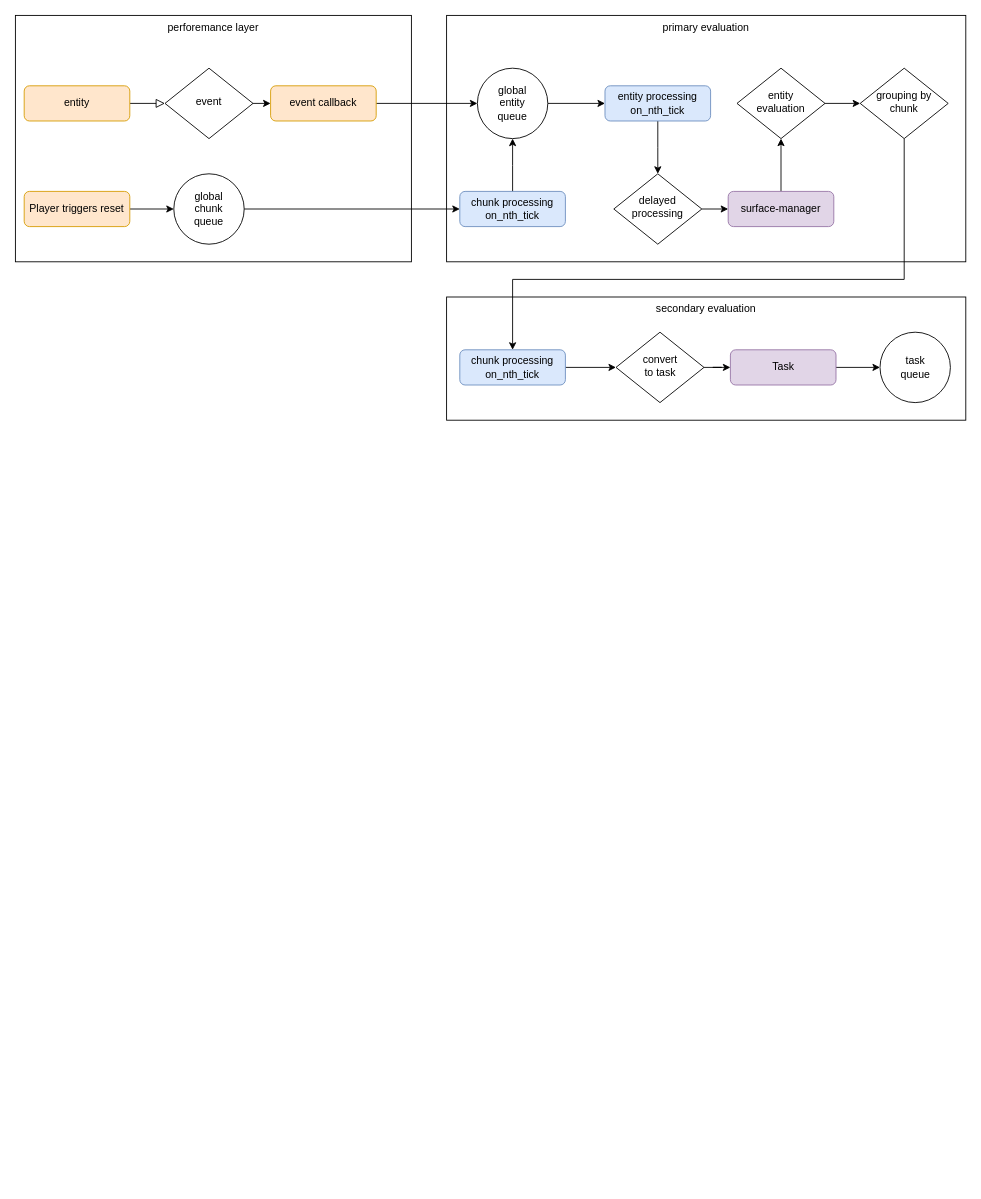
Above: doc/data_flow.drawio in nicolas-lang/Constructron-2 (draw.io), before the change. Source tidied: cells renumbered, new cells numbered last; positions are measured from the earlier drawing's top-left corner, leaving out a move shared by most shapes. Both pictures are drawn from the tidied source at 88%, with x=0, y=0 at pixel (15, 15).
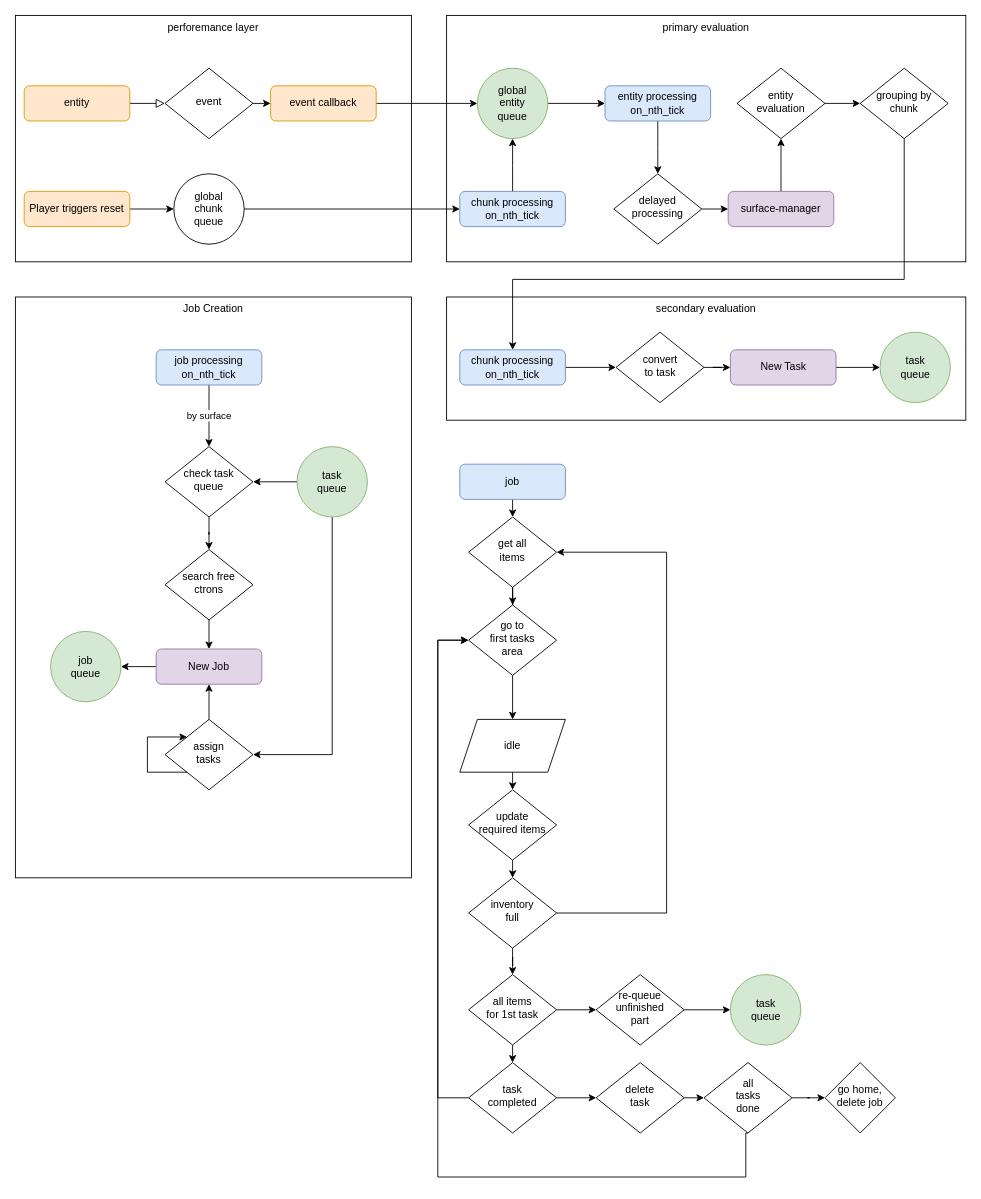
Above is the later version.

What changed in the source:
```diff
@@
-    <mxCell id="30" value="Task" style="rounded=1;whiteSpace=wrap;html=1;fontSize=12;glass=0;strokeWidth=1;shadow=0;fillColor=#e1d5e7;strokeColor=#9673a6;" parent="1" vertex="1">
+    <mxCell id="30" value="New Task" style="rounded=1;whiteSpace=wrap;html=1;fontSize=12;glass=0;strokeWidth=1;shadow=0;fillColor=#e1d5e7;strokeColor=#9673a6;" parent="1" vertex="1">
       <mxGeometry x="812.5" y="380" width="120" height="40" as="geometry" />
     </mxCell>
@@
-    <mxCell id="33" value="&lt;span&gt;global&lt;/span&gt;&lt;br&gt;&lt;span&gt;entity&lt;/span&gt;&lt;br&gt;&lt;span&gt;queue&lt;/span&gt;" style="ellipse;whiteSpace=wrap;html=1;rounded=0;" parent="1" vertex="1">
+    <mxCell id="33" value="&lt;span&gt;global&lt;/span&gt;&lt;br&gt;&lt;span&gt;entity&lt;/span&gt;&lt;br&gt;&lt;span&gt;queue&lt;/span&gt;" style="ellipse;whiteSpace=wrap;html=1;rounded=0;fillColor=#d5e8d4;strokeColor=#82b366;" parent="1" vertex="1">
       <mxGeometry x="525" y="60" width="80" height="80" as="geometry" />
     </mxCell>
@@
-    <mxCell id="35" value="&lt;span&gt;task&lt;/span&gt;&lt;br&gt;&lt;span&gt;queue&lt;/span&gt;" style="ellipse;whiteSpace=wrap;html=1;rounded=0;" parent="1" vertex="1">
+    <mxCell id="35" value="&lt;span&gt;task&lt;/span&gt;&lt;br&gt;&lt;span&gt;queue&lt;/span&gt;" style="ellipse;whiteSpace=wrap;html=1;rounded=0;fillColor=#d5e8d4;strokeColor=#82b366;" parent="1" vertex="1">
       <mxGeometry x="982.5" y="360" width="80" height="80" as="geometry" />
     </mxCell>
+    <mxCell id="36" value="Job Creation" style="rounded=0;whiteSpace=wrap;html=1;verticalAlign=top;" parent="1" vertex="1">
+      <mxGeometry y="320" width="450" height="660" as="geometry" />
+    </mxCell>
+    <mxCell id="37" value="by surface" style="edgeStyle=orthogonalEdgeStyle;rounded=0;jettySize=auto;html=1;" parent="1" edge="1" source="38" target="40">
+      <mxGeometry relative="1" as="geometry" />
+    </mxCell>
+    <mxCell id="38" value="job processing on_nth_tick" style="rounded=1;whiteSpace=wrap;html=1;fontSize=12;glass=0;strokeWidth=1;shadow=0;fillColor=#dae8fc;strokeColor=#6c8ebf;" parent="1" vertex="1">
+      <mxGeometry x="160" y="380" width="120" height="40" as="geometry" />
+    </mxCell>
+    <mxCell id="39" style="edgeStyle=orthogonalEdgeStyle;rounded=0;jettySize=auto;html=1;" parent="1" edge="1" source="40" target="42">
+      <mxGeometry relative="1" as="geometry" />
+    </mxCell>
+    <mxCell id="40" value="&lt;span&gt;check task&lt;/span&gt;&lt;br&gt;&lt;span&gt;queue&lt;br&gt;&lt;/span&gt;" style="rhombus;whiteSpace=wrap;html=1;shadow=0;fontFamily=Helvetica;fontSize=12;align=center;strokeWidth=1;spacing=6;spacingTop=-4;" parent="1" vertex="1">
+      <mxGeometry x="170" y="490" width="100" height="80" as="geometry" />
+    </mxCell>
+    <mxCell id="41" style="edgeStyle=orthogonalEdgeStyle;rounded=0;jettySize=auto;html=1;exitX=0.5;exitY=1;exitDx=0;exitDy=0;entryX=0.5;entryY=0;entryDx=0;entryDy=0;" parent="1" edge="1" source="42" target="47">
+      <mxGeometry relative="1" as="geometry" />
+    </mxCell>
+    <mxCell id="42" value="&lt;span&gt;search free ctrons&lt;/span&gt;&lt;span&gt;&lt;br&gt;&lt;/span&gt;" style="rhombus;whiteSpace=wrap;html=1;shadow=0;fontFamily=Helvetica;fontSize=12;align=center;strokeWidth=1;spacing=6;spacingTop=-4;" parent="1" vertex="1">
+      <mxGeometry x="170" y="607" width="100" height="80" as="geometry" />
+    </mxCell>
+    <mxCell id="43" style="edgeStyle=orthogonalEdgeStyle;rounded=0;jettySize=auto;html=1;" parent="1" edge="1" source="45" target="40">
+      <mxGeometry relative="1" as="geometry" />
+    </mxCell>
+    <mxCell id="44" style="edgeStyle=orthogonalEdgeStyle;rounded=0;jettySize=auto;html=1;exitX=0.5;exitY=1;exitDx=0;exitDy=0;entryX=1;entryY=0.5;entryDx=0;entryDy=0;" parent="1" edge="1" source="45" target="49">
+      <mxGeometry relative="1" as="geometry" />
+    </mxCell>
+    <mxCell id="45" value="&lt;span&gt;task&lt;/span&gt;&lt;br&gt;&lt;span&gt;queue&lt;/span&gt;" style="ellipse;whiteSpace=wrap;html=1;rounded=0;fillColor=#d5e8d4;strokeColor=#82b366;" parent="1" vertex="1">
+      <mxGeometry x="320" y="490" width="80" height="80" as="geometry" />
+    </mxCell>
+    <mxCell id="46" style="edgeStyle=orthogonalEdgeStyle;rounded=0;jettySize=auto;html=1;" parent="1" edge="1" source="47" target="51">
+      <mxGeometry relative="1" as="geometry" />
+    </mxCell>
+    <mxCell id="47" value="New Job" style="rounded=1;whiteSpace=wrap;html=1;fontSize=12;glass=0;strokeWidth=1;shadow=0;fillColor=#e1d5e7;strokeColor=#9673a6;" parent="1" vertex="1">
+      <mxGeometry x="160" y="720" width="120" height="40" as="geometry" />
+    </mxCell>
+    <mxCell id="48" style="edgeStyle=orthogonalEdgeStyle;rounded=0;jettySize=auto;html=1;" parent="1" edge="1" source="49" target="47">
+      <mxGeometry relative="1" as="geometry" />
+    </mxCell>
+    <mxCell id="49" value="assign&lt;br&gt;tasks" style="rhombus;whiteSpace=wrap;html=1;shadow=0;fontFamily=Helvetica;fontSize=12;align=center;strokeWidth=1;spacing=6;spacingTop=-4;" parent="1" vertex="1">
+      <mxGeometry x="170" y="800" width="100" height="80" as="geometry" />
+    </mxCell>
+    <mxCell id="50" style="edgeStyle=orthogonalEdgeStyle;rounded=0;orthogonalLoop=1;jettySize=auto;html=1;exitX=0;exitY=1;exitDx=0;exitDy=0;entryX=0;entryY=0;entryDx=0;entryDy=0;" parent="1" edge="1" source="49" target="49">
+      <mxGeometry relative="1" as="geometry">
+        <Array as="points">
+          <mxPoint x="150" y="860" />
+          <mxPoint x="150" y="820" />
+        </Array>
+      </mxGeometry>
+    </mxCell>
+    <mxCell id="51" value="&lt;span&gt;job&lt;/span&gt;&lt;br&gt;&lt;span&gt;queue&lt;/span&gt;" style="ellipse;whiteSpace=wrap;html=1;rounded=0;fillColor=#d5e8d4;strokeColor=#82b366;" parent="1" vertex="1">
+      <mxGeometry x="40" y="700" width="80" height="80" as="geometry" />
+    </mxCell>
+    <mxCell id="52" style="edgeStyle=orthogonalEdgeStyle;rounded=0;jettySize=auto;html=1;exitX=0.5;exitY=1;exitDx=0;exitDy=0;entryX=0.5;entryY=0;entryDx=0;entryDy=0;" parent="1" edge="1" source="53" target="55">
+      <mxGeometry relative="1" as="geometry" />
+    </mxCell>
+    <mxCell id="53" value="job" style="rounded=1;whiteSpace=wrap;html=1;fontSize=12;glass=0;strokeWidth=1;shadow=0;fillColor=#dae8fc;strokeColor=#6c8ebf;" parent="1" vertex="1">
+      <mxGeometry x="505" y="510" width="120" height="40" as="geometry" />
+    </mxCell>
+    <mxCell id="54" style="edgeStyle=orthogonalEdgeStyle;rounded=0;jettySize=auto;html=1;exitX=0.5;exitY=1;exitDx=0;exitDy=0;" parent="1" edge="1" source="55" target="57">
+      <mxGeometry relative="1" as="geometry" />
+    </mxCell>
+    <mxCell id="55" value="&lt;span&gt;get all&lt;br&gt;items&lt;br&gt;&lt;/span&gt;" style="rhombus;whiteSpace=wrap;html=1;shadow=0;fontFamily=Helvetica;fontSize=12;align=center;strokeWidth=1;spacing=6;spacingTop=-4;" parent="1" vertex="1">
+      <mxGeometry x="515" y="570" width="100" height="80" as="geometry" />
+    </mxCell>
+    <mxCell id="56" style="edgeStyle=orthogonalEdgeStyle;rounded=0;jettySize=auto;html=1;entryX=0.5;entryY=0;entryDx=0;entryDy=0;" parent="1" edge="1" source="57" target="65">
+      <mxGeometry relative="1" as="geometry" />
+    </mxCell>
+    <mxCell id="57" value="&lt;span&gt;go to &lt;br&gt;first tasks&lt;br&gt;area&lt;br&gt;&lt;/span&gt;" style="rhombus;whiteSpace=wrap;html=1;shadow=0;fontFamily=Helvetica;fontSize=12;align=center;strokeWidth=1;spacing=6;spacingTop=-4;" parent="1" vertex="1">
+      <mxGeometry x="515" y="670" width="100" height="80" as="geometry" />
+    </mxCell>
+    <mxCell id="58" style="edgeStyle=orthogonalEdgeStyle;rounded=0;jettySize=auto;html=1;" parent="1" edge="1" source="60" target="63">
+      <mxGeometry relative="1" as="geometry" />
+    </mxCell>
+    <mxCell id="59" style="edgeStyle=orthogonalEdgeStyle;rounded=0;jettySize=auto;html=1;exitX=1;exitY=0.5;exitDx=0;exitDy=0;entryX=1;entryY=0.5;entryDx=0;entryDy=0;" parent="1" edge="1" source="60" target="55">
+      <mxGeometry relative="1" as="geometry">
+        <Array as="points">
+          <mxPoint x="740" y="1020" />
+          <mxPoint x="740" y="610" />
+        </Array>
+      </mxGeometry>
+    </mxCell>
+    <mxCell id="60" value="&lt;span&gt;inventory&lt;br&gt;full&lt;br&gt;&lt;/span&gt;" style="rhombus;whiteSpace=wrap;html=1;shadow=0;fontFamily=Helvetica;fontSize=12;align=center;strokeWidth=1;spacing=6;spacingTop=-4;" parent="1" vertex="1">
+      <mxGeometry x="515" y="980" width="100" height="80" as="geometry" />
+    </mxCell>
+    <mxCell id="61" style="edgeStyle=orthogonalEdgeStyle;rounded=0;jettySize=auto;html=1;exitX=1;exitY=0.5;exitDx=0;exitDy=0;entryX=0;entryY=0.5;entryDx=0;entryDy=0;" parent="1" edge="1" source="63" target="67">
+      <mxGeometry relative="1" as="geometry" />
+    </mxCell>
+    <mxCell id="62" style="edgeStyle=orthogonalEdgeStyle;rounded=0;jettySize=auto;html=1;exitX=0.5;exitY=1;exitDx=0;exitDy=0;entryX=0.5;entryY=0;entryDx=0;entryDy=0;" parent="1" edge="1" source="63" target="74">
+      <mxGeometry relative="1" as="geometry" />
+    </mxCell>
+    <mxCell id="63" value="&lt;span&gt;all items&lt;br&gt;for 1st task&lt;br&gt;&lt;/span&gt;" style="rhombus;whiteSpace=wrap;html=1;shadow=0;fontFamily=Helvetica;fontSize=12;align=center;strokeWidth=1;spacing=6;spacingTop=-4;" parent="1" vertex="1">
+      <mxGeometry x="515" y="1090" width="100" height="80" as="geometry" />
+    </mxCell>
+    <mxCell id="64" style="edgeStyle=orthogonalEdgeStyle;rounded=0;jettySize=auto;html=1;exitX=0.5;exitY=1;exitDx=0;exitDy=0;entryX=0.5;entryY=0;entryDx=0;entryDy=0;" parent="1" edge="1" source="65" target="69">
+      <mxGeometry relative="1" as="geometry" />
+    </mxCell>
+    <mxCell id="65" value="idle" style="shape=parallelogram;perimeter=parallelogramPerimeter;whiteSpace=wrap;html=1;fixedSize=1;rounded=0;" parent="1" vertex="1">
+      <mxGeometry x="505" y="800" width="120" height="60" as="geometry" />
+    </mxCell>
+    <mxCell id="66" style="edgeStyle=orthogonalEdgeStyle;rounded=0;jettySize=auto;html=1;" parent="1" edge="1" source="67" target="70">
+      <mxGeometry relative="1" as="geometry" />
+    </mxCell>
+    <mxCell id="67" value="&lt;span&gt;re-queue&lt;br&gt;unfinished&lt;br&gt;part&lt;br&gt;&lt;/span&gt;" style="rhombus;whiteSpace=wrap;html=1;shadow=0;fontFamily=Helvetica;fontSize=12;align=center;strokeWidth=1;spacing=6;spacingTop=-4;" parent="1" vertex="1">
+      <mxGeometry x="660" y="1090" width="100" height="80" as="geometry" />
+    </mxCell>
+    <mxCell id="68" style="edgeStyle=orthogonalEdgeStyle;rounded=0;jettySize=auto;html=1;exitX=0.5;exitY=1;exitDx=0;exitDy=0;entryX=0.5;entryY=0;entryDx=0;entryDy=0;" parent="1" edge="1" source="69" target="60">
+      <mxGeometry relative="1" as="geometry" />
+    </mxCell>
+    <mxCell id="69" value="&lt;span&gt;update&lt;br&gt;required items&lt;br&gt;&lt;/span&gt;" style="rhombus;whiteSpace=wrap;html=1;shadow=0;fontFamily=Helvetica;fontSize=12;align=center;strokeWidth=1;spacing=6;spacingTop=-4;" parent="1" vertex="1">
+      <mxGeometry x="515" y="880" width="100" height="80" as="geometry" />
+    </mxCell>
+    <mxCell id="70" value="&lt;span&gt;task&lt;/span&gt;&lt;br&gt;&lt;span&gt;queue&lt;/span&gt;" style="ellipse;whiteSpace=wrap;html=1;rounded=0;fillColor=#d5e8d4;strokeColor=#82b366;" parent="1" vertex="1">
+      <mxGeometry x="812.5" y="1090" width="80" height="80" as="geometry" />
+    </mxCell>
+    <mxCell id="71" style="edgeStyle=orthogonalEdgeStyle;rounded=0;jettySize=auto;html=1;" parent="1" edge="1" source="74" target="76">
+      <mxGeometry relative="1" as="geometry" />
+    </mxCell>
+    <mxCell id="72" style="edgeStyle=orthogonalEdgeStyle;rounded=0;jettySize=auto;html=1;exitX=0.5;exitY=1;exitDx=0;exitDy=0;entryX=0;entryY=0.5;entryDx=0;entryDy=0;" parent="1" edge="1" source="78" target="57">
+      <mxGeometry relative="1" as="geometry">
+        <Array as="points">
+          <mxPoint x="830" y="1270" />
+          <mxPoint x="830" y="1320" />
+          <mxPoint x="480" y="1320" />
+          <mxPoint x="480" y="710" />
+        </Array>
+      </mxGeometry>
+    </mxCell>
+    <mxCell id="73" style="edgeStyle=orthogonalEdgeStyle;rounded=0;jettySize=auto;html=1;exitX=0;exitY=0.5;exitDx=0;exitDy=0;" parent="1" edge="1" source="74">
+      <mxGeometry relative="1" as="geometry">
+        <mxPoint x="514.6" y="710" as="targetPoint" />
+        <Array as="points">
+          <mxPoint x="480" y="1230" />
+          <mxPoint x="480" y="710" />
+        </Array>
+      </mxGeometry>
+    </mxCell>
+    <mxCell id="74" value="&lt;span&gt;task&lt;br&gt;completed&lt;br&gt;&lt;/span&gt;" style="rhombus;whiteSpace=wrap;html=1;shadow=0;fontFamily=Helvetica;fontSize=12;align=center;strokeWidth=1;spacing=6;spacingTop=-4;" parent="1" vertex="1">
+      <mxGeometry x="515" y="1190" width="100" height="80" as="geometry" />
+    </mxCell>
+    <mxCell id="75" style="edgeStyle=orthogonalEdgeStyle;rounded=0;jettySize=auto;html=1;exitX=1;exitY=0.5;exitDx=0;exitDy=0;entryX=0;entryY=0.5;entryDx=0;entryDy=0;" parent="1" edge="1" source="76" target="78">
+      <mxGeometry relative="1" as="geometry" />
+    </mxCell>
+    <mxCell id="76" value="&lt;span&gt;delete&lt;br&gt;task&lt;br&gt;&lt;/span&gt;" style="rhombus;whiteSpace=wrap;html=1;shadow=0;fontFamily=Helvetica;fontSize=12;align=center;strokeWidth=1;spacing=6;spacingTop=-4;" parent="1" vertex="1">
+      <mxGeometry x="660" y="1190" width="100" height="80" as="geometry" />
+    </mxCell>
+    <mxCell id="77" style="edgeStyle=orthogonalEdgeStyle;rounded=0;jettySize=auto;html=1;" parent="1" edge="1" source="78" target="79">
+      <mxGeometry relative="1" as="geometry" />
+    </mxCell>
+    <mxCell id="78" value="&lt;span&gt;all&lt;br&gt;tasks&lt;br&gt;done&lt;br&gt;&lt;/span&gt;" style="rhombus;whiteSpace=wrap;html=1;shadow=0;fontFamily=Helvetica;fontSize=12;align=center;strokeWidth=1;spacing=6;spacingTop=-4;" parent="1" vertex="1">
+      <mxGeometry x="782.5" y="1190" width="100" height="80" as="geometry" />
+    </mxCell>
+    <mxCell id="79" value="go home,&lt;br&gt;delete job" style="rhombus;whiteSpace=wrap;html=1;shadow=0;strokeWidth=1;spacing=6;spacingTop=-4;" parent="1" vertex="1">
+      <mxGeometry x="920" y="1190" width="80" height="80" as="geometry" />
+    </mxCell>
```
